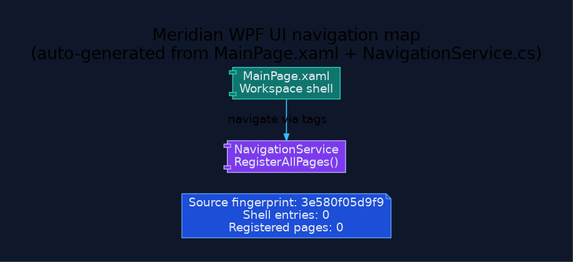
This is docs/diagrams/ui-navigation-map.png from rodoHasArrived/Meridian-main, a Graphviz export, as it was before one commit. Its source is kept beside it as docs/diagrams/ui-navigation-map.dot.
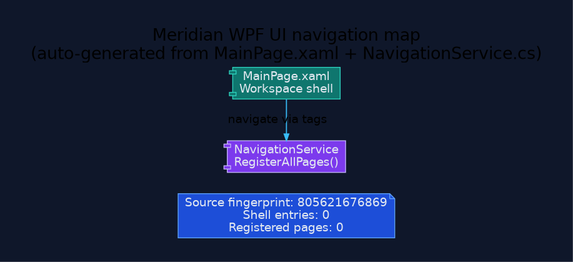
After the commit.

Change to the diagram source:
```diff
@@ -13,7 +13,7 @@
   node [fontname="Segoe UI", shape=box, style="rounded,filled", color="#475569", fontcolor="#e2e8f0", fillcolor="#1e293b"];
   edge [fontname="Segoe UI", color="#94a3b8", penwidth=1.3, arrowsize=0.8];
 
-  generated [shape=note, fillcolor="#1d4ed8", color="#60a5fa", label="Source fingerprint: 3e580f05d9f9\nShell entries: 0\nRegistered pages: 0"];
+  generated [shape=note, fillcolor="#1d4ed8", color="#60a5fa", label="Source fingerprint: 805621676869\nShell entries: 0\nRegistered pages: 0"];
   shell [shape=component, fillcolor="#0f766e", color="#2dd4bf", label="MainPage.xaml\nWorkspace shell"];
   navigation [shape=component, fillcolor="#7c3aed", color="#c4b5fd", label="NavigationService\nRegisterAllPages()"];
   shell -> navigation [label="navigate via tags", color="#38bdf8"];
```
